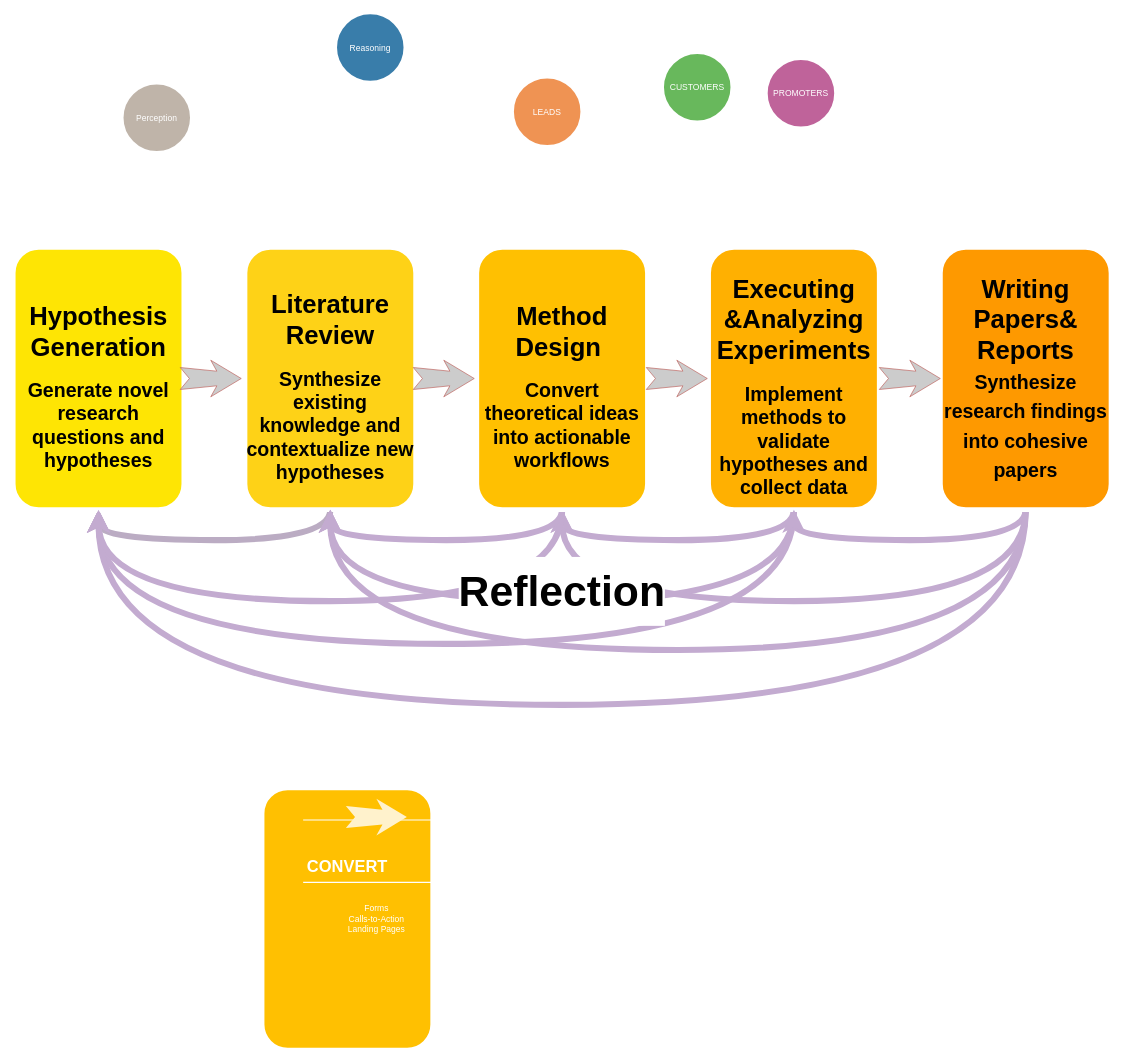
Yiqian-Liang/Personal keeps this draw.io diagram as 流程图.drawio. Above is the earlier version. Source tidied: cells renumbered, new cells numbered last; positions are measured from the earlier drawing's top-left corner, leaving out a move shared by most shapes. Both pictures are drawn from the tidied source at 61%, with x=0, y=0 at pixel (13, 12).
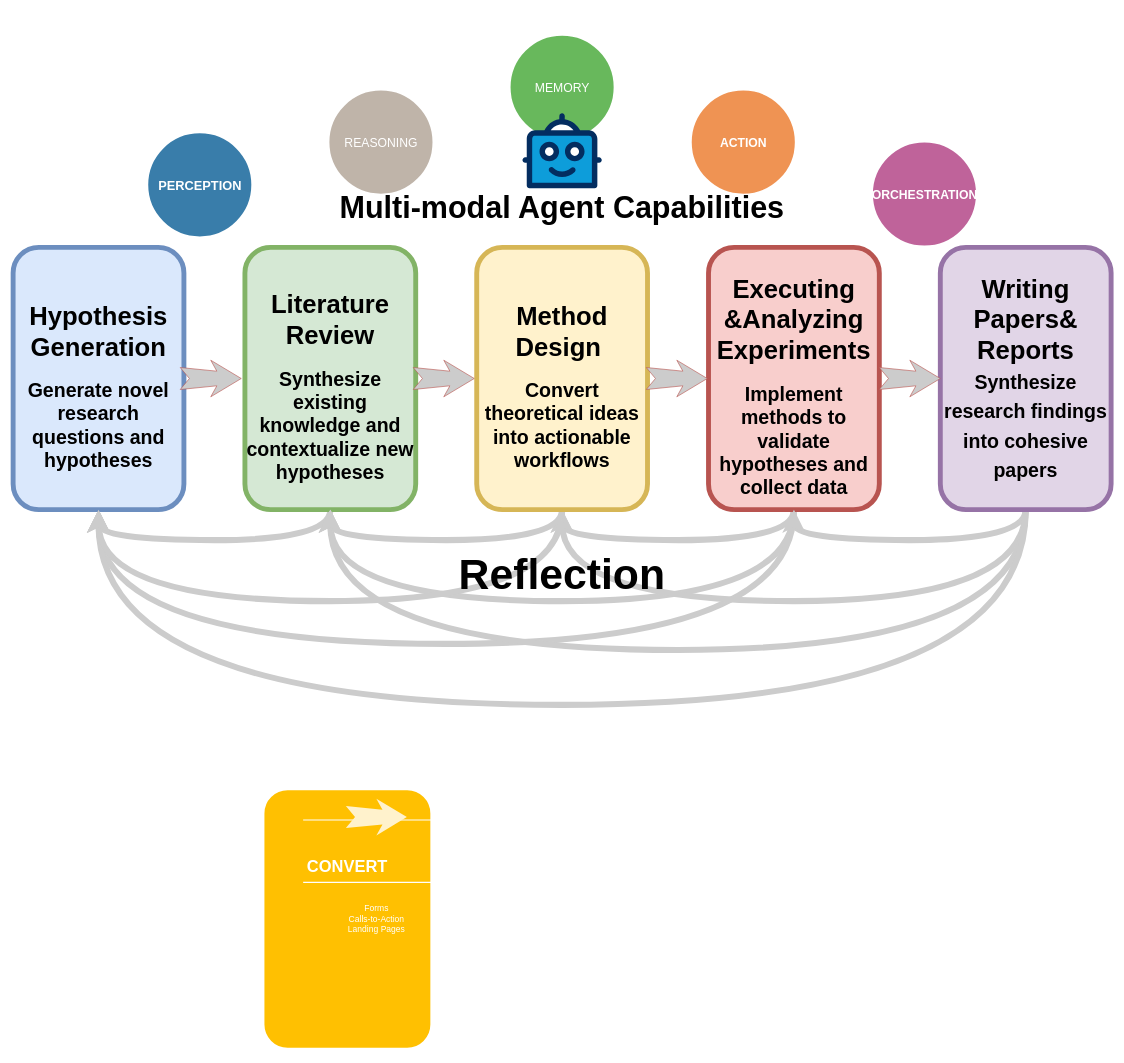
The same diagram, later.

Commit message:
更新流程图.drawio

The edit, as a diff of the source:
```diff
@@
-    <mxCell id="2" style="edgeStyle=orthogonalEdgeStyle;shape=connector;curved=1;rounded=0;jettySize=auto;html=1;exitX=0.5;exitY=1;exitDx=0;exitDy=0;entryX=0.5;entryY=1;entryDx=0;entryDy=0;strokeColor=light-dark(#bbacc3, #614c6c);strokeWidth=10;align=center;verticalAlign=middle;fontFamily=Helvetica;fontSize=11;fontColor=default;labelBackgroundColor=default;startSize=10;endArrow=classic;" parent="1" edge="1" source="3" target="24">
+    <mxCell id="2" style="edgeStyle=orthogonalEdgeStyle;shape=connector;curved=1;rounded=0;jettySize=auto;html=1;exitX=0.5;exitY=1;exitDx=0;exitDy=0;entryX=0.5;entryY=1;entryDx=0;entryDy=0;strokeColor=light-dark(#CCCCCC,#614C6C);strokeWidth=10;align=center;verticalAlign=middle;fontFamily=Helvetica;fontSize=11;fontColor=default;labelBackgroundColor=default;startSize=10;endArrow=classic;" parent="1" edge="1" source="3" target="24">
       <mxGeometry relative="1" as="geometry">
         <Array as="points">
           <mxPoint x="520" y="865" />
           <mxPoint x="140" y="865" />
         </Array>
       </mxGeometry>
     </mxCell>
-    <mxCell id="3" value="&lt;h1&gt;&lt;font style=&quot;font-size: 42px;&quot;&gt;Literature Review&lt;/font&gt;&lt;/h1&gt;&lt;div&gt;&lt;font style=&quot;font-size: 32px;&quot;&gt;&lt;b&gt;Synthesize existing knowledge and contextualize new hypotheses&lt;/b&gt;&lt;/font&gt;&lt;/div&gt;" style="whiteSpace=wrap;html=1;rounded=1;shadow=0;strokeWidth=8;fontSize=20;align=center;fillColor=#FED217;strokeColor=#FFFFFF;" parent="1" vertex="1">
+    <mxCell id="3" value="&lt;h1&gt;&lt;font style=&quot;font-size: 42px;&quot;&gt;Literature Review&lt;/font&gt;&lt;/h1&gt;&lt;div&gt;&lt;font style=&quot;font-size: 32px;&quot;&gt;&lt;b&gt;Synthesize existing knowledge and contextualize new hypotheses&lt;/b&gt;&lt;/font&gt;&lt;/div&gt;" style="whiteSpace=wrap;html=1;rounded=1;shadow=0;strokeWidth=8;fontSize=20;align=center;fillColor=#d5e8d4;strokeColor=#82b366;" parent="1" vertex="1">
       <mxGeometry x="380" y="385" width="280" height="430" as="geometry" />
     </mxCell>
-    <mxCell id="4" value="Perception" style="ellipse;whiteSpace=wrap;html=1;rounded=0;shadow=0;strokeWidth=6;fontSize=14;align=center;fillColor=#BFB4A9;strokeColor=#FFFFFF;fontColor=#FFFFFF;" parent="1" vertex="1">
-      <mxGeometry x="178" y="115" width="115" height="115" as="geometry" />
+    <mxCell id="4" value="&lt;font style=&quot;font-size: 20px;&quot;&gt;REASONING&lt;/font&gt;" style="ellipse;whiteSpace=wrap;html=1;rounded=0;shadow=0;strokeWidth=6;fontSize=14;align=center;fillColor=#BFB4A9;strokeColor=#FFFFFF;fontColor=#FFFFFF;" parent="1" vertex="1">
+      <mxGeometry x="515.5" y="125" width="175" height="175" as="geometry" />
     </mxCell>
@@
-    <mxCell id="10" value="Reasoning" style="ellipse;whiteSpace=wrap;html=1;rounded=0;shadow=0;strokeWidth=6;fontSize=14;align=center;fillColor=#397DAA;strokeColor=#FFFFFF;fontColor=#FFFFFF;" parent="1" vertex="1">
-      <mxGeometry x="528" width="115" height="115" as="geometry" />
+    <mxCell id="10" value="&lt;font style=&quot;font-size: 21px;&quot;&gt;&lt;b style=&quot;&quot;&gt;PERCEPTION&lt;/b&gt;&lt;/font&gt;" style="ellipse;whiteSpace=wrap;html=1;rounded=0;shadow=0;strokeWidth=6;fontSize=14;align=center;fillColor=#397DAA;strokeColor=#FFFFFF;fontColor=#FFFFFF;" parent="1" vertex="1">
+      <mxGeometry x="218.5" y="195" width="175" height="175" as="geometry" />
     </mxCell>
@@
-    <mxCell id="12" style="edgeStyle=orthogonalEdgeStyle;shape=connector;curved=1;rounded=0;jettySize=auto;html=1;exitX=0.5;exitY=1;exitDx=0;exitDy=0;entryX=0.5;entryY=1;entryDx=0;entryDy=0;strokeColor=#C3ABD0;strokeWidth=10;align=center;verticalAlign=middle;fontFamily=Helvetica;fontSize=11;fontColor=default;labelBackgroundColor=default;startSize=10;endArrow=classic;" parent="1" edge="1" source="15" target="27">
+    <mxCell id="12" style="edgeStyle=orthogonalEdgeStyle;shape=connector;curved=1;rounded=0;jettySize=auto;html=1;exitX=0.5;exitY=1;exitDx=0;exitDy=0;entryX=0.5;entryY=1;entryDx=0;entryDy=0;strokeColor=#CCCCCC;strokeWidth=10;align=center;verticalAlign=middle;fontFamily=Helvetica;fontSize=11;fontColor=default;labelBackgroundColor=default;startSize=10;endArrow=classic;" parent="1" edge="1" source="15" target="27">
       <mxGeometry relative="1" as="geometry">
         <Array as="points">
           <mxPoint x="1280" y="865" />
           <mxPoint x="900" y="865" />
         </Array>
       </mxGeometry>
     </mxCell>
-    <mxCell id="13" style="edgeStyle=orthogonalEdgeStyle;shape=connector;curved=1;rounded=0;jettySize=auto;html=1;exitX=0.5;exitY=1;exitDx=0;exitDy=0;entryX=0.5;entryY=1;entryDx=0;entryDy=0;strokeColor=#C3ABD0;strokeWidth=10;align=center;verticalAlign=middle;fontFamily=Helvetica;fontSize=11;fontColor=default;labelBackgroundColor=default;startSize=10;endArrow=classic;" parent="1" edge="1" source="15" target="3">
+    <mxCell id="13" style="edgeStyle=orthogonalEdgeStyle;shape=connector;curved=1;rounded=0;jettySize=auto;html=1;exitX=0.5;exitY=1;exitDx=0;exitDy=0;entryX=0.5;entryY=1;entryDx=0;entryDy=0;strokeColor=#CCCCCC;strokeWidth=10;align=center;verticalAlign=middle;fontFamily=Helvetica;fontSize=11;fontColor=default;labelBackgroundColor=default;startSize=10;endArrow=classic;" parent="1" edge="1" source="15" target="3">
       <mxGeometry relative="1" as="geometry">
         <Array as="points">
           <mxPoint x="1280" y="965" />
           <mxPoint x="520" y="965" />
         </Array>
       </mxGeometry>
     </mxCell>
-    <mxCell id="14" style="edgeStyle=orthogonalEdgeStyle;shape=connector;curved=1;rounded=0;jettySize=auto;html=1;exitX=0.5;exitY=1;exitDx=0;exitDy=0;entryX=0.5;entryY=1;entryDx=0;entryDy=0;strokeColor=#C3ABD0;strokeWidth=10;align=center;verticalAlign=middle;fontFamily=Helvetica;fontSize=11;fontColor=default;labelBackgroundColor=default;startSize=10;endArrow=classic;" parent="1" edge="1" source="15" target="24">
+    <mxCell id="14" style="edgeStyle=orthogonalEdgeStyle;shape=connector;curved=1;rounded=0;jettySize=auto;html=1;exitX=0.5;exitY=1;exitDx=0;exitDy=0;entryX=0.5;entryY=1;entryDx=0;entryDy=0;strokeColor=#CCCCCC;strokeWidth=10;align=center;verticalAlign=middle;fontFamily=Helvetica;fontSize=11;fontColor=default;labelBackgroundColor=default;startSize=10;endArrow=classic;" parent="1" edge="1" source="15" target="24">
       <mxGeometry relative="1" as="geometry">
         <Array as="points">
           <mxPoint x="1280" y="1035" />
           <mxPoint x="140" y="1035" />
         </Array>
       </mxGeometry>
     </mxCell>
-    <mxCell id="15" value="&lt;h1&gt;&lt;font style=&quot;font-size: 42px;&quot;&gt;Executing &amp;amp;Analyzing Experiments&lt;/font&gt;&lt;/h1&gt;&lt;div&gt;&lt;font style=&quot;font-size: 32px;&quot;&gt;&lt;b&gt;Implement methods to validate hypotheses and collect data&lt;/b&gt;&lt;/font&gt;&lt;/div&gt;" style="whiteSpace=wrap;html=1;rounded=1;shadow=0;strokeWidth=8;fontSize=20;align=center;fillColor=#FFB001;strokeColor=#FFFFFF;" parent="1" vertex="1">
+    <mxCell id="15" value="&lt;h1&gt;&lt;font style=&quot;font-size: 42px;&quot;&gt;Executing &amp;amp;Analyzing Experiments&lt;/font&gt;&lt;/h1&gt;&lt;div&gt;&lt;font style=&quot;font-size: 32px;&quot;&gt;&lt;b&gt;Implement methods to validate hypotheses and collect data&lt;/b&gt;&lt;/font&gt;&lt;/div&gt;" style="whiteSpace=wrap;html=1;rounded=1;shadow=0;strokeWidth=8;fontSize=20;align=center;fillColor=#f8cecc;strokeColor=#b85450;" parent="1" vertex="1">
       <mxGeometry x="1140" y="385" width="280" height="430" as="geometry" />
     </mxCell>
-    <mxCell id="16" value="LEADS" style="ellipse;whiteSpace=wrap;html=1;rounded=0;shadow=0;strokeWidth=6;fontSize=14;align=center;fillColor=#EF9353;strokeColor=#FFFFFF;fontColor=#FFFFFF;" parent="1" vertex="1">
-      <mxGeometry x="818" y="105" width="115" height="115" as="geometry" />
+    <mxCell id="16" value="&lt;font style=&quot;font-size: 20px;&quot;&gt;&lt;b&gt;ACTION&lt;/b&gt;&lt;/font&gt;" style="ellipse;whiteSpace=wrap;html=1;rounded=0;shadow=0;strokeWidth=6;fontSize=14;align=center;fillColor=#EF9353;strokeColor=#FFFFFF;fontColor=#FFFFFF;" parent="1" vertex="1">
+      <mxGeometry x="1109.5" y="125" width="175" height="175" as="geometry" />
     </mxCell>
-    <mxCell id="17" style="edgeStyle=orthogonalEdgeStyle;curved=1;rounded=0;jettySize=auto;html=1;exitX=0.5;exitY=1;exitDx=0;exitDy=0;entryX=0.5;entryY=1;entryDx=0;entryDy=0;strokeColor=#C3ABD0;startSize=10;strokeWidth=10;" parent="1" edge="1" source="21" target="15">
+    <mxCell id="17" style="edgeStyle=orthogonalEdgeStyle;curved=1;rounded=0;jettySize=auto;html=1;exitX=0.5;exitY=1;exitDx=0;exitDy=0;entryX=0.5;entryY=1;entryDx=0;entryDy=0;strokeColor=#CCCCCC;startSize=10;strokeWidth=10;" parent="1" edge="1" source="21" target="15">
       <mxGeometry relative="1" as="geometry">
         <Array as="points">
           <mxPoint x="1660" y="865" />
           <mxPoint x="1280" y="865" />
         </Array>
       </mxGeometry>
     </mxCell>
-    <mxCell id="18" style="edgeStyle=orthogonalEdgeStyle;shape=connector;curved=1;rounded=0;jettySize=auto;html=1;exitX=0.5;exitY=1;exitDx=0;exitDy=0;entryX=0.5;entryY=1;entryDx=0;entryDy=0;strokeColor=#C3ABD0;strokeWidth=10;align=center;verticalAlign=middle;fontFamily=Helvetica;fontSize=11;fontColor=default;labelBackgroundColor=default;startSize=10;endArrow=classic;" parent="1" edge="1" source="21" target="27">
+    <mxCell id="18" style="edgeStyle=orthogonalEdgeStyle;shape=connector;curved=1;rounded=0;jettySize=auto;html=1;exitX=0.5;exitY=1;exitDx=0;exitDy=0;entryX=0.5;entryY=1;entryDx=0;entryDy=0;strokeColor=#CCCCCC;strokeWidth=10;align=center;verticalAlign=middle;fontFamily=Helvetica;fontSize=11;fontColor=default;labelBackgroundColor=default;startSize=10;endArrow=classic;" parent="1" edge="1" source="21" target="27">
       <mxGeometry relative="1" as="geometry">
         <Array as="points">
           <mxPoint x="1660" y="965" />
           <mxPoint x="900" y="965" />
         </Array>
       </mxGeometry>
     </mxCell>
-    <mxCell id="19" style="edgeStyle=orthogonalEdgeStyle;shape=connector;curved=1;rounded=0;jettySize=auto;html=1;exitX=0.5;exitY=1;exitDx=0;exitDy=0;entryX=0.5;entryY=1;entryDx=0;entryDy=0;strokeColor=#C3ABD0;strokeWidth=10;align=center;verticalAlign=middle;fontFamily=Helvetica;fontSize=11;fontColor=default;labelBackgroundColor=default;startSize=10;endArrow=classic;" parent="1" edge="1" source="21" target="3">
+    <mxCell id="19" style="edgeStyle=orthogonalEdgeStyle;shape=connector;curved=1;rounded=0;jettySize=auto;html=1;exitX=0.5;exitY=1;exitDx=0;exitDy=0;entryX=0.5;entryY=1;entryDx=0;entryDy=0;strokeColor=#CCCCCC;strokeWidth=10;align=center;verticalAlign=middle;fontFamily=Helvetica;fontSize=11;fontColor=default;labelBackgroundColor=default;startSize=10;endArrow=classic;" parent="1" edge="1" source="21" target="3">
       <mxGeometry relative="1" as="geometry">
         <Array as="points">
           <mxPoint x="1660" y="1045" />
           <mxPoint x="520" y="1045" />
         </Array>
       </mxGeometry>
     </mxCell>
-    <mxCell id="20" style="edgeStyle=orthogonalEdgeStyle;shape=connector;curved=1;rounded=0;jettySize=auto;html=1;exitX=0.5;exitY=1;exitDx=0;exitDy=0;entryX=0.5;entryY=1;entryDx=0;entryDy=0;strokeColor=#C3ABD0;strokeWidth=10;align=center;verticalAlign=middle;fontFamily=Helvetica;fontSize=11;fontColor=default;labelBackgroundColor=default;startSize=10;endArrow=classic;" parent="1" edge="1" source="21" target="24">
+    <mxCell id="20" style="edgeStyle=orthogonalEdgeStyle;shape=connector;curved=1;rounded=0;jettySize=auto;html=1;exitX=0.5;exitY=1;exitDx=0;exitDy=0;entryX=0.5;entryY=1;entryDx=0;entryDy=0;strokeColor=#CCCCCC;strokeWidth=10;align=center;verticalAlign=middle;fontFamily=Helvetica;fontSize=11;fontColor=default;labelBackgroundColor=default;startSize=10;endArrow=classic;" parent="1" edge="1" source="21" target="24">
       <mxGeometry relative="1" as="geometry">
         <Array as="points">
           <mxPoint x="1660" y="1135" />
           <mxPoint x="140" y="1135" />
         </Array>
       </mxGeometry>
     </mxCell>
-    <mxCell id="21" value="&lt;h1&gt;&lt;font style=&quot;font-size: 42px;&quot;&gt;Writing Papers&amp;amp; Reports&lt;/font&gt; &lt;font style=&quot;font-size: 32px;&quot;&gt;Synthesize research findings into cohesive papers&lt;/font&gt;&lt;/h1&gt;" style="whiteSpace=wrap;html=1;rounded=1;shadow=0;strokeWidth=8;fontSize=20;align=center;fillColor=#FE9900;strokeColor=#FFFFFF;" parent="1" vertex="1">
+    <mxCell id="21" value="&lt;h1&gt;&lt;font style=&quot;font-size: 42px;&quot;&gt;Writing Papers&amp;amp; Reports&lt;/font&gt; &lt;font style=&quot;font-size: 32px;&quot;&gt;Synthesize research findings into cohesive papers&lt;/font&gt;&lt;/h1&gt;" style="whiteSpace=wrap;html=1;rounded=1;shadow=0;strokeWidth=8;fontSize=20;align=center;fillColor=#e1d5e7;strokeColor=#9673a6;" parent="1" vertex="1">
       <mxGeometry x="1520" y="385" width="280" height="430" as="geometry" />
     </mxCell>
-    <mxCell id="22" value="CUSTOMERS" style="ellipse;whiteSpace=wrap;html=1;rounded=0;shadow=0;strokeWidth=6;fontSize=14;align=center;fillColor=#68B85C;strokeColor=#FFFFFF;fontColor=#FFFFFF;" parent="1" vertex="1">
-      <mxGeometry x="1064" y="65" width="115" height="115" as="geometry" />
+    <mxCell id="22" value="&lt;font style=&quot;font-size: 20px;&quot;&gt;MEMORY&lt;/font&gt;" style="ellipse;whiteSpace=wrap;html=1;rounded=0;shadow=0;strokeWidth=6;fontSize=14;align=center;fillColor=#68B85C;strokeColor=#FFFFFF;fontColor=#FFFFFF;" parent="1" vertex="1">
+      <mxGeometry x="812.5" y="35" width="175" height="175" as="geometry" />
     </mxCell>
-    <mxCell id="23" value="PROMOTERS" style="ellipse;whiteSpace=wrap;html=1;rounded=0;shadow=0;strokeWidth=6;fontSize=14;align=center;fillColor=#BF639A;strokeColor=#FFFFFF;fontColor=#FFFFFF;" parent="1" vertex="1">
-      <mxGeometry x="1234" y="75" width="115" height="115" as="geometry" />
+    <mxCell id="23" value="&lt;font style=&quot;font-size: 20px;&quot;&gt;&lt;b&gt;ORCHESTRATION&lt;/b&gt;&lt;/font&gt;" style="ellipse;whiteSpace=wrap;html=1;rounded=0;shadow=0;strokeWidth=6;fontSize=14;align=center;fillColor=#BF639A;strokeColor=#FFFFFF;fontColor=#FFFFFF;" parent="1" vertex="1">
+      <mxGeometry x="1406.5" y="210" width="175" height="175" as="geometry" />
     </mxCell>
-    <mxCell id="24" value="&lt;h1 style=&quot;&quot;&gt;&lt;span style=&quot;background-color: transparent; color: light-dark(rgb(0, 0, 0), rgb(255, 255, 255));&quot;&gt;&lt;font style=&quot;font-size: 42px;&quot;&gt;Hypothesis Generation&lt;/font&gt;&lt;/span&gt;&lt;/h1&gt;&lt;div&gt;&lt;font style=&quot;font-size: 32px;&quot;&gt;&lt;b&gt;Generate novel research questions and hypotheses&lt;/b&gt;&lt;/font&gt;&lt;/div&gt;" style="whiteSpace=wrap;html=1;rounded=1;shadow=0;strokeWidth=8;fontSize=20;align=center;fillColor=#FEE504;strokeColor=#FFFFFF;" parent="1" vertex="1">
+    <mxCell id="24" value="&lt;h1 style=&quot;&quot;&gt;&lt;span style=&quot;background-color: transparent; color: light-dark(rgb(0, 0, 0), rgb(255, 255, 255));&quot;&gt;&lt;font style=&quot;font-size: 42px;&quot;&gt;Hypothesis Generation&lt;/font&gt;&lt;/span&gt;&lt;/h1&gt;&lt;div&gt;&lt;font style=&quot;font-size: 32px;&quot;&gt;&lt;b&gt;Generate novel research questions and hypotheses&lt;/b&gt;&lt;/font&gt;&lt;/div&gt;" style="whiteSpace=wrap;html=1;rounded=1;shadow=0;strokeWidth=8;fontSize=20;align=center;fillColor=#dae8fc;strokeColor=#6c8ebf;" parent="1" vertex="1">
       <mxGeometry y="385" width="280" height="430" as="geometry" />
     </mxCell>
-    <mxCell id="25" style="edgeStyle=orthogonalEdgeStyle;shape=connector;curved=1;rounded=0;jettySize=auto;html=1;exitX=0.5;exitY=1;exitDx=0;exitDy=0;entryX=0.5;entryY=1;entryDx=0;entryDy=0;strokeColor=#C3ABD0;strokeWidth=10;align=center;verticalAlign=middle;fontFamily=Helvetica;fontSize=11;fontColor=default;labelBackgroundColor=default;startSize=10;endArrow=classic;" parent="1" edge="1" source="27" target="24">
+    <mxCell id="25" style="edgeStyle=orthogonalEdgeStyle;shape=connector;curved=1;rounded=0;jettySize=auto;html=1;exitX=0.5;exitY=1;exitDx=0;exitDy=0;entryX=0.5;entryY=1;entryDx=0;entryDy=0;strokeColor=#CCCCCC;strokeWidth=10;align=center;verticalAlign=middle;fontFamily=Helvetica;fontSize=11;fontColor=default;labelBackgroundColor=default;startSize=10;endArrow=classic;" parent="1" edge="1" source="27" target="24">
       <mxGeometry relative="1" as="geometry">
         <Array as="points">
           <mxPoint x="900" y="965" />
           <mxPoint x="140" y="965" />
         </Array>
       </mxGeometry>
     </mxCell>
-    <mxCell id="26" style="edgeStyle=orthogonalEdgeStyle;shape=connector;curved=1;rounded=0;jettySize=auto;html=1;exitX=0.5;exitY=1;exitDx=0;exitDy=0;entryX=0.5;entryY=1;entryDx=0;entryDy=0;strokeColor=#C3ABD0;strokeWidth=10;align=center;verticalAlign=middle;fontFamily=Helvetica;fontSize=11;fontColor=default;labelBackgroundColor=default;startSize=10;endArrow=classic;" parent="1" edge="1" source="27" target="3">
+    <mxCell id="26" style="edgeStyle=orthogonalEdgeStyle;shape=connector;curved=1;rounded=0;jettySize=auto;html=1;exitX=0.5;exitY=1;exitDx=0;exitDy=0;entryX=0.5;entryY=1;entryDx=0;entryDy=0;strokeColor=#CCCCCC;strokeWidth=10;align=center;verticalAlign=middle;fontFamily=Helvetica;fontSize=11;fontColor=default;labelBackgroundColor=default;startSize=10;endArrow=classic;" parent="1" edge="1" source="27" target="3">
       <mxGeometry relative="1" as="geometry">
         <Array as="points">
           <mxPoint x="900" y="865" />
           <mxPoint x="520" y="865" />
         </Array>
       </mxGeometry>
     </mxCell>
-    <mxCell id="27" value="&lt;h1&gt;&lt;font style=&quot;font-size: 42px;&quot;&gt;Method Design&amp;nbsp;&lt;/font&gt;&lt;/h1&gt;&lt;div&gt;&lt;font style=&quot;font-size: 32px;&quot;&gt;&lt;b&gt;Convert theoretical ideas into actionable workflows&lt;/b&gt;&lt;/font&gt;&lt;/div&gt;" style="whiteSpace=wrap;html=1;rounded=1;shadow=0;strokeWidth=8;fontSize=20;align=center;fillColor=#FFC001;strokeColor=#FFFFFF;" parent="1" vertex="1">
+    <mxCell id="27" value="&lt;h1&gt;&lt;font style=&quot;font-size: 42px;&quot;&gt;Method Design&amp;nbsp;&lt;/font&gt;&lt;/h1&gt;&lt;div&gt;&lt;font style=&quot;font-size: 32px;&quot;&gt;&lt;b&gt;Convert theoretical ideas into actionable workflows&lt;/b&gt;&lt;/font&gt;&lt;/div&gt;" style="whiteSpace=wrap;html=1;rounded=1;shadow=0;strokeWidth=8;fontSize=20;align=center;fillColor=#fff2cc;strokeColor=#d6b656;" parent="1" vertex="1">
       <mxGeometry x="760" y="385" width="280" height="430" as="geometry" />
     </mxCell>
@@
-    <mxCell id="32" value="&lt;h1&gt;&lt;font style=&quot;font-size: 70px;&quot;&gt;Reflection&lt;/font&gt;&lt;/h1&gt;" style="text;strokeColor=none;align=center;fillColor=none;html=1;verticalAlign=middle;whiteSpace=wrap;rounded=0;fontFamily=Helvetica;fontSize=11;fontColor=default;labelBackgroundColor=default;" parent="1" vertex="1">
-      <mxGeometry x="560" y="714" width="680" height="470" as="geometry" />
+    <mxCell id="32" value="&lt;h1&gt;&lt;font style=&quot;font-size: 70px;&quot;&gt;Reflection&lt;/font&gt;&lt;/h1&gt;" style="text;strokeColor=none;align=center;fillColor=none;html=1;verticalAlign=middle;whiteSpace=wrap;rounded=0;fontFamily=Helvetica;fontSize=11;fontColor=default;labelBackgroundColor=none;" parent="1" vertex="1">
+      <mxGeometry x="560" y="685" width="680" height="470" as="geometry" />
     </mxCell>
+    <mxCell id="33" value="&lt;h1&gt;&lt;font style=&quot;font-size: 50px;&quot;&gt;Multi-modal Agent Capabilities&lt;/font&gt;&lt;/h1&gt;" style="text;strokeColor=none;align=center;fillColor=none;html=1;verticalAlign=middle;whiteSpace=wrap;rounded=0;fontFamily=Helvetica;fontSize=11;fontColor=default;labelBackgroundColor=none;" parent="1" vertex="1">
+      <mxGeometry x="478" y="165" width="844" height="310" as="geometry" />
+    </mxCell>
+    <mxCell id="34" style="verticalLabelPosition=bottom;html=1;shape=mxgraph.salesforce.bots;fontFamily=Helvetica;fontSize=11;fontColor=default;labelBackgroundColor=default;" parent="1" vertex="1">
+      <mxGeometry x="835" y="165" width="130" height="123.5" as="geometry" />
+    </mxCell>
```
